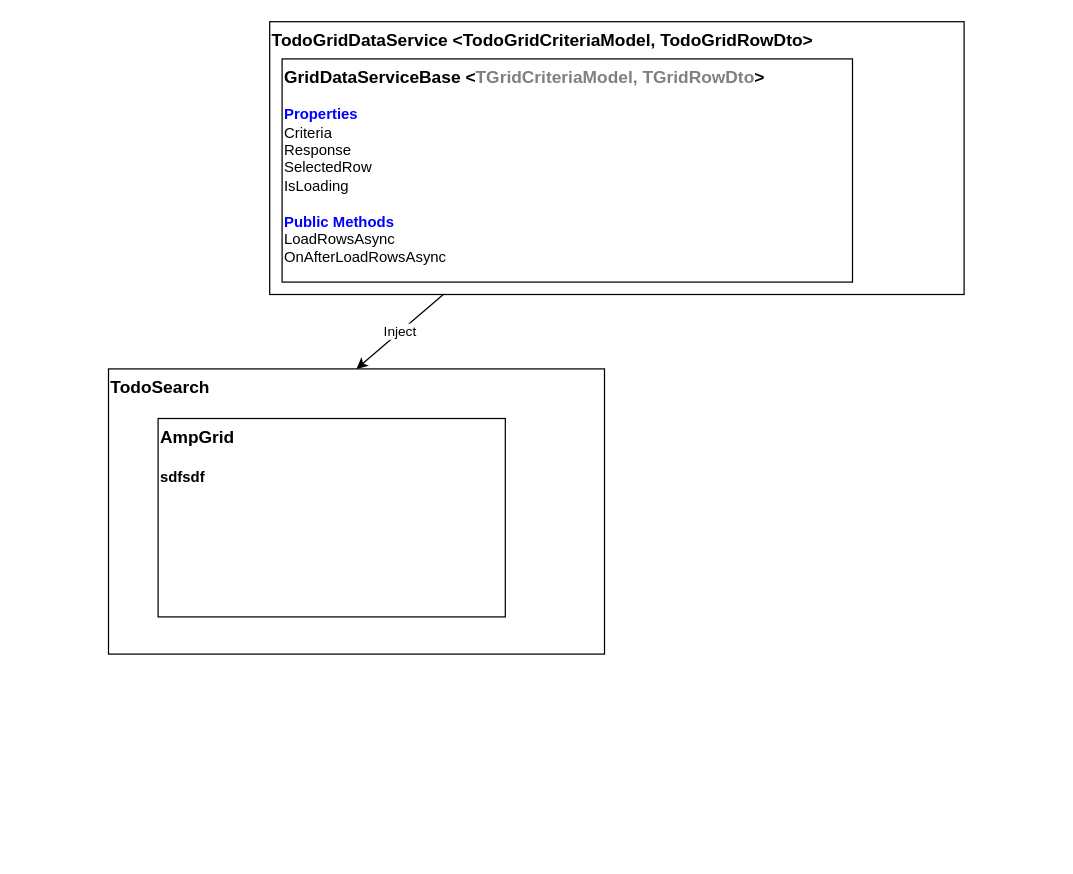
This is Untitled Diagram.drawio from dennis-jones/AmpApp, a draw.io file, before an edit. Source tidied: cells renumbered, new cells numbered last; positions are measured from the earlier drawing's top-left corner, leaving out a move shared by most shapes. Both pictures are drawn from the tidied source at 124%, with x=0, y=0 at pixel (108, 21).
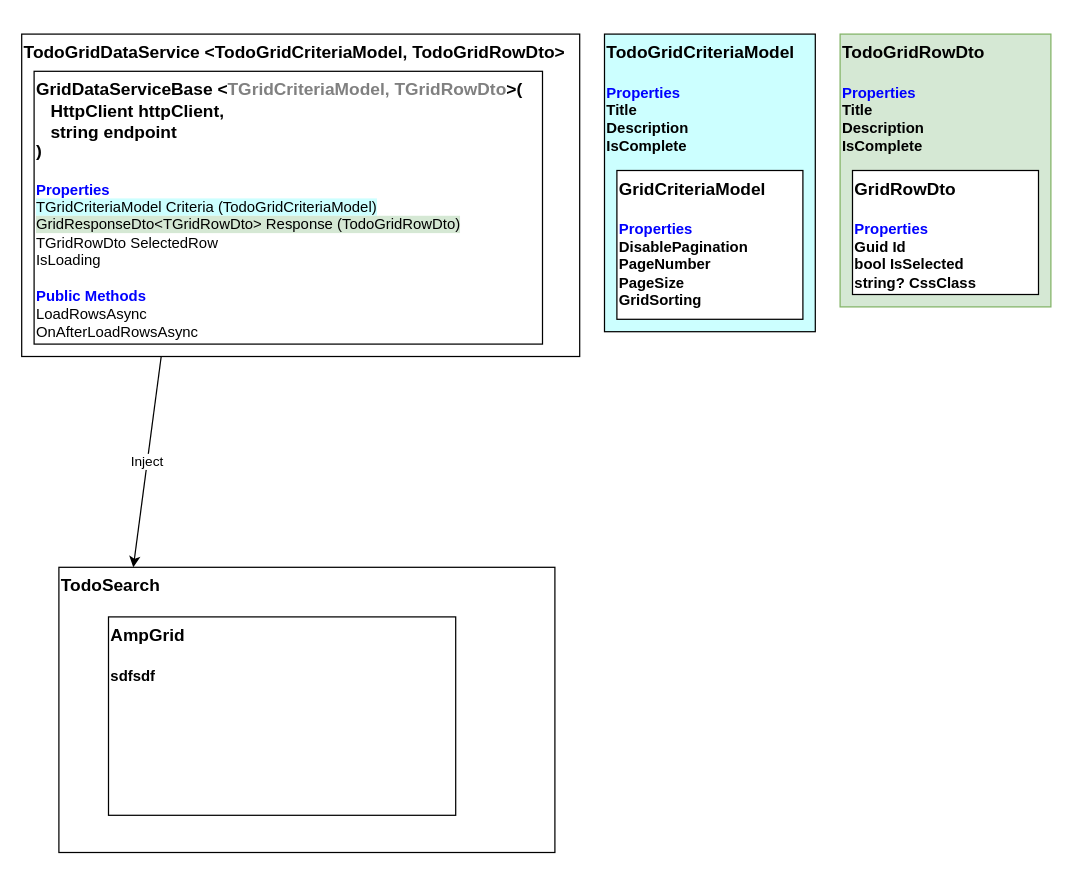
The same page after the edit.

Change to the diagram source:
```diff
@@
 <mxGraphModel>
   <root>
     <mxCell id="0" />
     <mxCell id="1" parent="0" />
     <mxCell id="2" value="&lt;b&gt;&lt;font style=&quot;font-size: 14px;&quot;&gt;TodoSearch&lt;/font&gt;&lt;/b&gt;&lt;div&gt;&lt;br&gt;&lt;/div&gt;&lt;div&gt;&lt;br&gt;&lt;/div&gt;" style="rounded=0;whiteSpace=wrap;html=1;verticalAlign=top;align=left;" parent="1" vertex="1">
-      <mxGeometry y="280" width="400" height="230" as="geometry" />
+      <mxGeometry x="-40" y="440" width="400" height="230" as="geometry" />
     </mxCell>
     <mxCell id="3" value="&lt;div&gt;&lt;b&gt;&lt;font style=&quot;font-size: 14px;&quot;&gt;AmpGrid&lt;/font&gt;&lt;/b&gt;&lt;/div&gt;&lt;div&gt;&lt;b&gt;&lt;font style=&quot;font-size: 14px;&quot;&gt;&lt;br&gt;&lt;/font&gt;&lt;/b&gt;&lt;/div&gt;&lt;div&gt;&lt;b&gt;&lt;font&gt;sdfsdf&lt;/font&gt;&lt;/b&gt;&lt;/div&gt;" style="rounded=0;whiteSpace=wrap;html=1;verticalAlign=top;align=left;" parent="1" vertex="1">
-      <mxGeometry x="40" y="320" width="280" height="160" as="geometry" />
+      <mxGeometry y="480" width="280" height="160" as="geometry" />
     </mxCell>
     <mxCell id="4" value="&lt;div&gt;&lt;font style=&quot;font-size: 14px;&quot;&gt;&lt;b&gt;TodoGridDataService&amp;nbsp;&lt;/b&gt;&lt;/font&gt;&lt;b style=&quot;background-color: transparent; color: light-dark(rgb(0, 0, 0), rgb(255, 255, 255)); font-size: 14px;&quot;&gt;&amp;lt;TodoGridCriteriaModel, TodoGridRowDto&amp;gt;&lt;/b&gt;&lt;/div&gt;&lt;div&gt;&lt;br&gt;&lt;/div&gt;&lt;div&gt;&lt;br&gt;&lt;/div&gt;" style="rounded=0;whiteSpace=wrap;html=1;verticalAlign=top;align=left;" parent="1" vertex="1">
-      <mxGeometry x="130" width="560" height="220" as="geometry" />
+      <mxGeometry x="-70" y="10" width="450" height="260" as="geometry" />
     </mxCell>
-    <mxCell id="5" value="Inject" style="endArrow=classic;html=1;rounded=0;exitX=0.25;exitY=1;exitDx=0;exitDy=0;entryX=0.5;entryY=0;entryDx=0;entryDy=0;" parent="1" edge="1" source="4" target="2">
-      <mxGeometry relative="1" as="geometry" />
+    <mxCell id="5" value="Inject" style="endArrow=classic;html=1;rounded=0;exitX=0.25;exitY=1;exitDx=0;exitDy=0;entryX=0.25;entryY=0;entryDx=0;entryDy=0;" parent="1" edge="1" source="4">
+      <mxGeometry relative="1" as="geometry">
+        <mxPoint x="20" y="440" as="targetPoint" />
+      </mxGeometry>
     </mxCell>
-    <mxCell id="6" value="&lt;div&gt;&lt;font style=&quot;font-size: 14px;&quot;&gt;&lt;b&gt;GridDataServiceBase &amp;lt;&lt;font style=&quot;color: light-dark(rgb(128, 128, 128), rgb(237, 237, 237));&quot;&gt;TGridCriteriaModel, TGridRowDto&lt;/font&gt;&amp;gt;&lt;/b&gt;&lt;/font&gt;&lt;/div&gt;&lt;div&gt;&lt;br&gt;&lt;/div&gt;&lt;div&gt;&lt;b&gt;&lt;font style=&quot;color: light-dark(rgb(0, 0, 255), rgb(237, 237, 237));&quot;&gt;Properties&lt;/font&gt;&lt;/b&gt;&lt;/div&gt;&lt;div&gt;Criteria&lt;/div&gt;&lt;div&gt;Response&lt;/div&gt;&lt;div&gt;SelectedRow&lt;/div&gt;&lt;div&gt;IsLoading&lt;/div&gt;&lt;div&gt;&lt;br&gt;&lt;/div&gt;&lt;div&gt;&lt;div&gt;&lt;b&gt;&lt;font style=&quot;color: light-dark(rgb(0, 0, 255), rgb(237, 237, 237));&quot;&gt;Public Methods&lt;/font&gt;&lt;/b&gt;&lt;/div&gt;&lt;div&gt;LoadRowsAsync&lt;/div&gt;&lt;/div&gt;&lt;div&gt;OnAfterLoadRowsAsync&lt;/div&gt;" style="rounded=0;whiteSpace=wrap;html=1;verticalAlign=top;align=left;" parent="1" vertex="1">
-      <mxGeometry x="140" y="30" width="460" height="180" as="geometry" />
+    <mxCell id="6" value="&lt;div&gt;&lt;font style=&quot;font-size: 14px;&quot;&gt;&lt;b&gt;GridDataServiceBase &amp;lt;&lt;font style=&quot;color: light-dark(rgb(128, 128, 128), rgb(237, 237, 237));&quot;&gt;TGridCriteriaModel, TGridRowDto&lt;/font&gt;&amp;gt;(&lt;/b&gt;&lt;/font&gt;&lt;/div&gt;&lt;div&gt;&lt;font style=&quot;font-size: 14px;&quot;&gt;&lt;b&gt;&amp;nbsp; &amp;nbsp;HttpClient httpClient,&amp;nbsp;&lt;/b&gt;&lt;/font&gt;&lt;/div&gt;&lt;div&gt;&lt;font style=&quot;font-size: 14px;&quot;&gt;&lt;b&gt;&amp;nbsp; &amp;nbsp;string endpoint&lt;/b&gt;&lt;/font&gt;&lt;/div&gt;&lt;div&gt;&lt;font style=&quot;font-size: 14px;&quot;&gt;&lt;b&gt;)&lt;/b&gt;&lt;/font&gt;&lt;/div&gt;&lt;div&gt;&lt;br&gt;&lt;/div&gt;&lt;div&gt;&lt;b&gt;&lt;font style=&quot;color: light-dark(rgb(0, 0, 255), rgb(237, 237, 237));&quot;&gt;Properties&lt;/font&gt;&lt;/b&gt;&lt;/div&gt;&lt;div&gt;&lt;span style=&quot;background-color: rgb(204, 255, 255);&quot;&gt;&lt;font style=&quot;color: light-dark(rgb(0, 0, 0), rgb(237, 237, 237));&quot;&gt;TGridCriteriaModel&amp;nbsp;&lt;/font&gt;Criteria (TodoGridCriteriaModel)&lt;/span&gt;&lt;/div&gt;&lt;div&gt;&lt;span style=&quot;background-color: light-dark(rgb(213, 232, 212), rgb(237, 237, 237));&quot;&gt;GridResponseDto&amp;lt;TGridRowDto&amp;gt; Response (TodoGridRowDto)&lt;/span&gt;&lt;/div&gt;&lt;div&gt;TGridRowDto SelectedRow&lt;/div&gt;&lt;div&gt;IsLoading&lt;/div&gt;&lt;div&gt;&lt;br&gt;&lt;/div&gt;&lt;div&gt;&lt;div&gt;&lt;b&gt;&lt;font style=&quot;color: light-dark(rgb(0, 0, 255), rgb(237, 237, 237));&quot;&gt;Public Methods&lt;/font&gt;&lt;/b&gt;&lt;/div&gt;&lt;div&gt;LoadRowsAsync&lt;/div&gt;&lt;/div&gt;&lt;div&gt;OnAfterLoadRowsAsync&lt;/div&gt;" style="rounded=0;whiteSpace=wrap;html=1;verticalAlign=top;align=left;" parent="1" vertex="1">
+      <mxGeometry x="-60" y="40" width="410" height="220" as="geometry" />
     </mxCell>
+    <mxCell id="7" value="&lt;div&gt;&lt;b&gt;&lt;font style=&quot;font-size: 14px;&quot;&gt;TodoGridCriteriaModel&lt;/font&gt;&lt;/b&gt;&lt;/div&gt;&lt;div&gt;&lt;b&gt;&lt;font style=&quot;font-size: 14px;&quot;&gt;&lt;br&gt;&lt;/font&gt;&lt;/b&gt;&lt;/div&gt;&lt;div&gt;&lt;b&gt;&lt;font style=&quot;color: light-dark(rgb(0, 0, 255), rgb(237, 237, 237));&quot;&gt;Properties&lt;/font&gt;&lt;/b&gt;&lt;/div&gt;&lt;div&gt;&lt;b&gt;Title&lt;/b&gt;&lt;/div&gt;&lt;div&gt;&lt;b&gt;Description&lt;/b&gt;&lt;/div&gt;&lt;div&gt;&lt;b&gt;IsComplete&lt;/b&gt;&lt;/div&gt;" style="rounded=0;whiteSpace=wrap;html=1;verticalAlign=top;align=left;fillColor=#CCFFFF;" parent="1" vertex="1">
+      <mxGeometry x="400" y="10" width="170" height="240" as="geometry" />
+    </mxCell>
+    <mxCell id="8" value="&lt;div&gt;&lt;b&gt;&lt;font style=&quot;font-size: 14px;&quot;&gt;GridCriteriaModel&lt;/font&gt;&lt;/b&gt;&lt;/div&gt;&lt;div&gt;&lt;b&gt;&lt;font style=&quot;font-size: 14px;&quot;&gt;&lt;br&gt;&lt;/font&gt;&lt;/b&gt;&lt;/div&gt;&lt;div&gt;&lt;b&gt;&lt;font style=&quot;color: light-dark(rgb(0, 0, 255), rgb(237, 237, 237));&quot;&gt;Properties&lt;/font&gt;&lt;/b&gt;&lt;/div&gt;&lt;div&gt;&lt;b&gt;&lt;font&gt;DisablePagination&lt;/font&gt;&lt;/b&gt;&lt;/div&gt;&lt;div&gt;&lt;b&gt;&lt;font&gt;PageNumber&lt;/font&gt;&lt;/b&gt;&lt;/div&gt;&lt;div&gt;&lt;b&gt;&lt;font&gt;PageSize&lt;/font&gt;&lt;/b&gt;&lt;/div&gt;&lt;div&gt;&lt;b&gt;&lt;font&gt;GridSorting&lt;/font&gt;&lt;/b&gt;&lt;/div&gt;" style="rounded=0;whiteSpace=wrap;html=1;verticalAlign=top;align=left;" parent="1" vertex="1">
+      <mxGeometry x="410" y="120" width="150" height="120" as="geometry" />
+    </mxCell>
+    <mxCell id="9" value="&lt;div&gt;&lt;b&gt;&lt;font style=&quot;font-size: 14px;&quot;&gt;TodoGridRowDto&lt;/font&gt;&lt;/b&gt;&lt;/div&gt;&lt;div&gt;&lt;b&gt;&lt;font style=&quot;font-size: 14px;&quot;&gt;&lt;br&gt;&lt;/font&gt;&lt;/b&gt;&lt;/div&gt;&lt;div&gt;&lt;b&gt;&lt;font style=&quot;color: light-dark(rgb(0, 0, 255), rgb(237, 237, 237));&quot;&gt;Properties&lt;/font&gt;&lt;/b&gt;&lt;/div&gt;&lt;div&gt;&lt;b&gt;Title&lt;/b&gt;&lt;/div&gt;&lt;div&gt;&lt;b&gt;Description&lt;/b&gt;&lt;/div&gt;&lt;div&gt;&lt;b&gt;IsComplete&lt;/b&gt;&lt;/div&gt;" style="rounded=0;whiteSpace=wrap;html=1;verticalAlign=top;align=left;fillColor=#d5e8d4;strokeColor=#82b366;" parent="1" vertex="1">
+      <mxGeometry x="590" y="10" width="170" height="220" as="geometry" />
+    </mxCell>
+    <mxCell id="10" value="&lt;div&gt;&lt;b&gt;&lt;font style=&quot;font-size: 14px;&quot;&gt;GridRowDto&lt;/font&gt;&lt;/b&gt;&lt;/div&gt;&lt;div&gt;&lt;b&gt;&lt;font style=&quot;font-size: 14px;&quot;&gt;&lt;br&gt;&lt;/font&gt;&lt;/b&gt;&lt;/div&gt;&lt;div&gt;&lt;b&gt;&lt;font style=&quot;color: light-dark(rgb(0, 0, 255), rgb(237, 237, 237));&quot;&gt;Properties&lt;/font&gt;&lt;/b&gt;&lt;/div&gt;&lt;div&gt;&lt;b&gt;Guid Id&lt;/b&gt;&lt;/div&gt;&lt;div&gt;&lt;b&gt;bool IsSelected&lt;/b&gt;&lt;/div&gt;&lt;div&gt;&lt;b&gt;string? CssClass&lt;/b&gt;&lt;/div&gt;" style="rounded=0;whiteSpace=wrap;html=1;verticalAlign=top;align=left;" parent="1" vertex="1">
+      <mxGeometry x="600" y="120" width="150" height="100" as="geometry" />
+    </mxCell>
   </root>
 </mxGraphModel>
```
